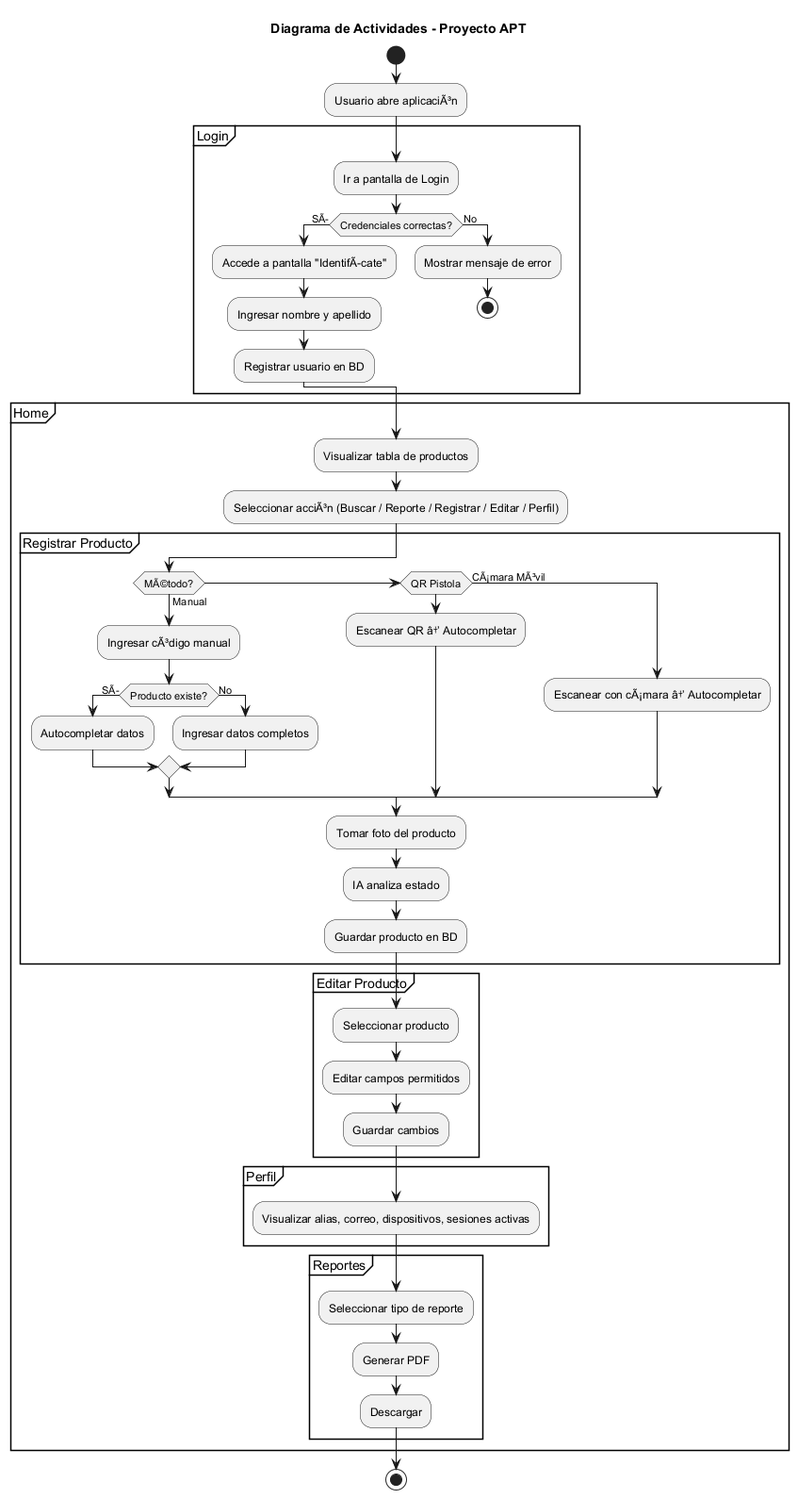
Tihare-Campusano/NEXA keeps this PlantUML diagram as inventario-app/docs/diagramas_img/Diagrama_de_actividades_v2.png. Above is the earlier version. Source of this version:
```plantuml
@startuml Diagrama_de_actividades_v2
title Diagrama de Actividades - Proyecto APT

start

:Usuario abre aplicaciÃ³n;
partition "Login" {
    :Ir a pantalla de Login;
    if (Credenciales correctas?) then (SÃ­)
        :Accede a pantalla "IdentifÃ­cate";
        :Ingresar nombre y apellido;
        :Registrar usuario en BD;
    else (No)
        :Mostrar mensaje de error;
        stop
    endif
}

partition "Home" {
    :Visualizar tabla de productos;
    :Seleccionar acciÃ³n (Buscar / Reporte / Registrar / Editar / Perfil);

    partition "Registrar Producto" {
        if (MÃ©todo?) then (Manual)
            :Ingresar cÃ³digo manual;
            if (Producto existe?) then (SÃ­)
                :Autocompletar datos;
            else (No)
                :Ingresar datos completos;
            endif
        elseif (QR Pistola)
            :Escanear QR â†’ Autocompletar;
        else (CÃ¡mara MÃ³vil)
            :Escanear con cÃ¡mara â†’ Autocompletar;
        endif
        :Tomar foto del producto;
        :IA analiza estado;
        :Guardar producto en BD;
    }

    partition "Editar Producto" {
        :Seleccionar producto;
        :Editar campos permitidos;
        :Guardar cambios;
    }

    partition "Perfil" {
        :Visualizar alias, correo, dispositivos, sesiones activas;
    }

    partition "Reportes" {
        :Seleccionar tipo de reporte;
        :Generar PDF;
        :Descargar;
    }
}

stop
@enduml
```
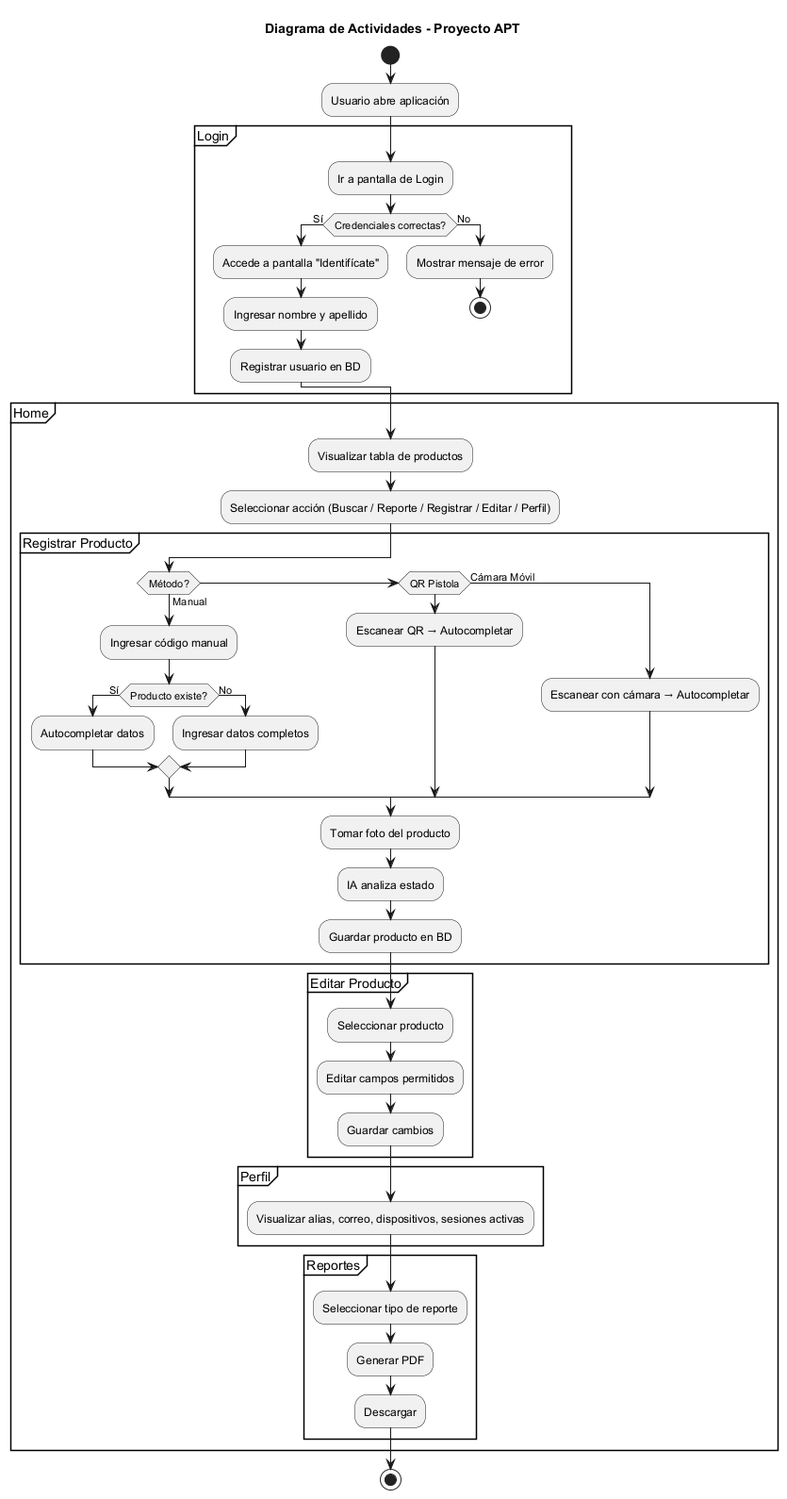
Above is the later version.

What changed in the source:
```diff
@@ -1,13 +1,12 @@
 @startuml Diagrama_de_actividades_v2
 title Diagrama de Actividades - Proyecto APT
-
 start
 
-:Usuario abre aplicaciÃ³n;
+:Usuario abre aplicación;
 partition "Login" {
     :Ir a pantalla de Login;
-    if (Credenciales correctas?) then (SÃ­)
-        :Accede a pantalla "IdentifÃ­cate";
+    if (Credenciales correctas?) then (Sí)
+        :Accede a pantalla "Identifícate";
         :Ingresar nombre y apellido;
         :Registrar usuario en BD;
     else (No)
@@ -18,20 +17,20 @@
 
 partition "Home" {
     :Visualizar tabla de productos;
-    :Seleccionar acciÃ³n (Buscar / Reporte / Registrar / Editar / Perfil);
+    :Seleccionar acción (Buscar / Reporte / Registrar / Editar / Perfil);
 
     partition "Registrar Producto" {
-        if (MÃ©todo?) then (Manual)
-            :Ingresar cÃ³digo manual;
-            if (Producto existe?) then (SÃ­)
+        if (Método?) then (Manual)
+            :Ingresar código manual;
+            if (Producto existe?) then (Sí)
                 :Autocompletar datos;
             else (No)
                 :Ingresar datos completos;
             endif
         elseif (QR Pistola)
-            :Escanear QR â†’ Autocompletar;
-        else (CÃ¡mara MÃ³vil)
-            :Escanear con cÃ¡mara â†’ Autocompletar;
+            :Escanear QR → Autocompletar;
+        else (Cámara Móvil)
+            :Escanear con cámara → Autocompletar;
         endif
         :Tomar foto del producto;
         :IA analiza estado;
```
